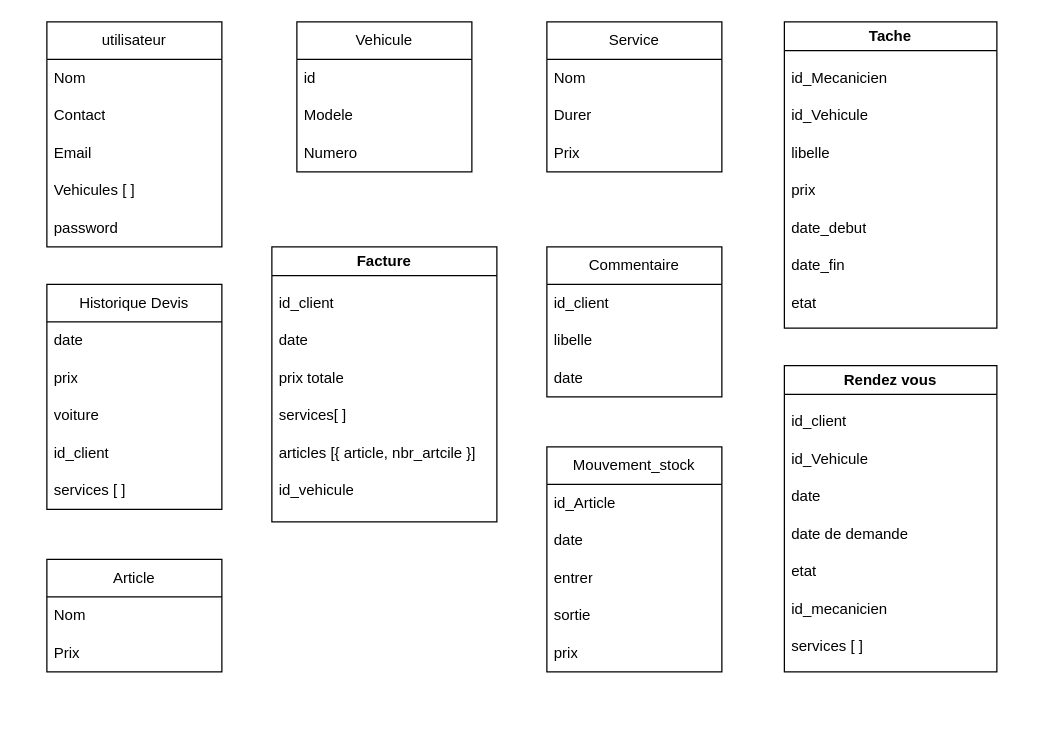
The draw.io diagram garage.drawio in Seergio1/projet_mean_backend, before the edit. Source tidied: cells renumbered, new cells numbered last; positions are measured from the earlier drawing's top-left corner, leaving out a move shared by most shapes. Both pictures are drawn from the tidied source at 125%, with x=0, y=0 at pixel (46, 21).
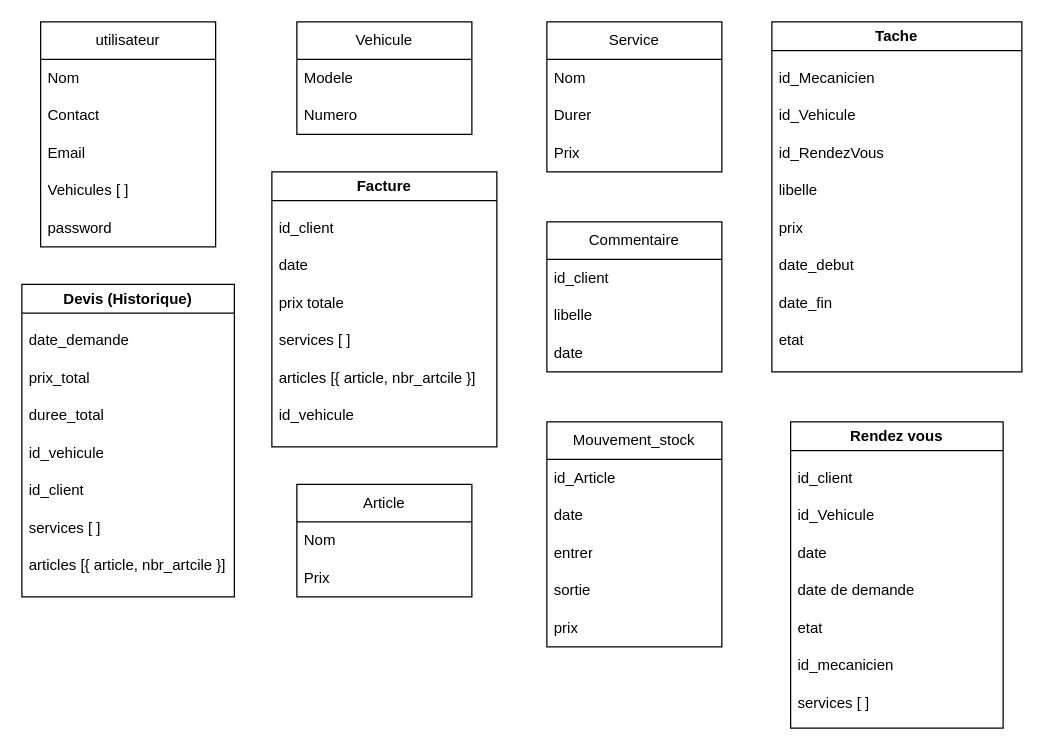
The same diagram, later.

Commit message (it also covers changes not shown here):
devis ameliorer

Unchanged cells that the change refers to:
```xml
<mxCell id="12" value="Service" style="swimlane;fontStyle=0;horizontal=1;startSize=30;whiteSpace=wrap;html=1;" parent="1" vertex="1">
  <mxGeometry x="400" width="140" height="120" as="geometry" />
</mxCell>
```

What changed in the source:
```diff
@@
     <mxCell id="2" value="utilisateur" style="swimlane;fontStyle=0;horizontal=1;startSize=30;whiteSpace=wrap;html=1;" parent="1" vertex="1">
-      <mxGeometry width="140" height="180" as="geometry" />
+      <mxGeometry x="-5" width="140" height="180" as="geometry" />
     </mxCell>
-    <mxCell id="3" value="Nom" style="text;strokeColor=none;fillColor=none;align=left;verticalAlign=middle;spacingLeft=4;spacingRight=4;overflow=hidden;whiteSpace=wrap;html=1;" parent="2" vertex="1">
-      <mxGeometry y="30" width="140" height="30" as="geometry" />
-    </mxCell>
+    <mxCell id="58" value="Nom" style="text;strokeColor=none;fillColor=none;align=left;verticalAlign=middle;spacingLeft=4;spacingRight=4;overflow=hidden;whiteSpace=wrap;html=1;" parent="2" vertex="1">
+      <mxGeometry y="30" width="140" height="30" as="geometry" />
+    </mxCell>
@@
     <mxCell id="8" value="Vehicule" style="swimlane;fontStyle=0;horizontal=1;startSize=30;whiteSpace=wrap;html=1;" parent="1" vertex="1">
-      <mxGeometry x="200" width="140" height="120" as="geometry" />
+      <mxGeometry x="200" width="140" height="90" as="geometry" />
     </mxCell>
-    <mxCell id="9" value="id" style="text;strokeColor=none;fillColor=none;align=left;verticalAlign=middle;spacingLeft=4;spacingRight=4;overflow=hidden;whiteSpace=wrap;html=1;" parent="8" vertex="1">
-      <mxGeometry y="30" width="140" height="30" as="geometry" />
-    </mxCell>
     <mxCell id="10" value="Modele" style="text;strokeColor=none;fillColor=none;align=left;verticalAlign=middle;spacingLeft=4;spacingRight=4;overflow=hidden;whiteSpace=wrap;html=1;" parent="8" vertex="1">
-      <mxGeometry y="60" width="140" height="30" as="geometry" />
+      <mxGeometry y="30" width="140" height="30" as="geometry" />
     </mxCell>
     <mxCell id="11" value="Numero" style="text;strokeColor=none;fillColor=none;align=left;verticalAlign=middle;spacingLeft=4;spacingRight=4;overflow=hidden;whiteSpace=wrap;html=1;" parent="8" vertex="1">
-      <mxGeometry y="90" width="140" height="30" as="geometry" />
+      <mxGeometry y="60" width="140" height="30" as="geometry" />
     </mxCell>
@@
-    <mxCell id="13" value="Nom" style="text;strokeColor=none;fillColor=none;align=left;verticalAlign=middle;spacingLeft=4;spacingRight=4;overflow=hidden;whiteSpace=wrap;html=1;" parent="12" vertex="1">
-      <mxGeometry y="30" width="140" height="30" as="geometry" />
-    </mxCell>
+    <mxCell id="59" value="Nom" style="text;strokeColor=none;fillColor=none;align=left;verticalAlign=middle;spacingLeft=4;spacingRight=4;overflow=hidden;whiteSpace=wrap;html=1;" parent="12" vertex="1">
+      <mxGeometry y="30" width="140" height="30" as="geometry" />
+    </mxCell>
@@
-    <mxCell id="16" value="Historique Devis" style="swimlane;fontStyle=0;horizontal=1;startSize=30;whiteSpace=wrap;html=1;" parent="1" vertex="1">
-      <mxGeometry y="210" width="140" height="180" as="geometry" />
-    </mxCell>
-    <mxCell id="17" value="date" style="text;strokeColor=none;fillColor=none;align=left;verticalAlign=middle;spacingLeft=4;spacingRight=4;overflow=hidden;whiteSpace=wrap;html=1;" parent="16" vertex="1">
-      <mxGeometry y="30" width="140" height="30" as="geometry" />
-    </mxCell>
-    <mxCell id="18" value="prix" style="text;strokeColor=none;fillColor=none;align=left;verticalAlign=middle;spacingLeft=4;spacingRight=4;overflow=hidden;whiteSpace=wrap;html=1;" parent="16" vertex="1">
-      <mxGeometry y="60" width="140" height="30" as="geometry" />
-    </mxCell>
-    <mxCell id="19" value="voiture" style="text;strokeColor=none;fillColor=none;align=left;verticalAlign=middle;spacingLeft=4;spacingRight=4;overflow=hidden;whiteSpace=wrap;html=1;" parent="16" vertex="1">
-      <mxGeometry y="90" width="140" height="30" as="geometry" />
-    </mxCell>
-    <mxCell id="20" value="id_client" style="text;strokeColor=none;fillColor=none;align=left;verticalAlign=middle;spacingLeft=4;spacingRight=4;overflow=hidden;whiteSpace=wrap;html=1;" parent="16" vertex="1">
-      <mxGeometry y="120" width="140" height="30" as="geometry" />
-    </mxCell>
-    <mxCell id="21" value="services [ ]" style="text;strokeColor=none;fillColor=none;align=left;verticalAlign=middle;spacingLeft=4;spacingRight=4;overflow=hidden;whiteSpace=wrap;html=1;" parent="16" vertex="1">
-      <mxGeometry y="150" width="140" height="30" as="geometry" />
-    </mxCell>
     <mxCell id="22" value="Commentaire" style="swimlane;fontStyle=0;horizontal=1;startSize=30;whiteSpace=wrap;html=1;" parent="1" vertex="1">
-      <mxGeometry x="400" y="180" width="140" height="120" as="geometry" />
+      <mxGeometry x="400" y="160" width="140" height="120" as="geometry" />
     </mxCell>
@@
     <mxCell id="26" value="Article" style="swimlane;fontStyle=0;horizontal=1;startSize=30;whiteSpace=wrap;html=1;" parent="1" vertex="1">
-      <mxGeometry y="430" width="140" height="90" as="geometry" />
+      <mxGeometry x="200" y="370" width="140" height="90" as="geometry" />
     </mxCell>
-    <mxCell id="27" value="Nom" style="text;strokeColor=none;fillColor=none;align=left;verticalAlign=middle;spacingLeft=4;spacingRight=4;overflow=hidden;whiteSpace=wrap;html=1;" parent="26" vertex="1">
-      <mxGeometry y="30" width="140" height="30" as="geometry" />
-    </mxCell>
+    <mxCell id="60" value="Nom" style="text;strokeColor=none;fillColor=none;align=left;verticalAlign=middle;spacingLeft=4;spacingRight=4;overflow=hidden;whiteSpace=wrap;html=1;" parent="26" vertex="1">
+      <mxGeometry y="30" width="140" height="30" as="geometry" />
+    </mxCell>
@@
     <mxCell id="29" value="Mouvement_stock" style="swimlane;fontStyle=0;horizontal=1;startSize=30;whiteSpace=wrap;html=1;" parent="1" vertex="1">
-      <mxGeometry x="400" y="340" width="140" height="180" as="geometry" />
+      <mxGeometry x="400" y="320" width="140" height="180" as="geometry" />
     </mxCell>
@@
     <mxCell id="35" value="Facture" style="swimlane;whiteSpace=wrap;html=1;startSize=23;" parent="1" vertex="1">
-      <mxGeometry x="180" y="180" width="180" height="220" as="geometry" />
+      <mxGeometry x="180" y="120" width="180" height="220" as="geometry" />
     </mxCell>
-    <mxCell id="36" value="id_client" style="text;strokeColor=none;fillColor=none;align=left;verticalAlign=middle;spacingLeft=4;spacingRight=4;overflow=hidden;whiteSpace=wrap;html=1;" parent="35" vertex="1">
-      <mxGeometry y="30" width="200" height="30" as="geometry" />
-    </mxCell>
+    <mxCell id="61" value="id_client" style="text;strokeColor=none;fillColor=none;align=left;verticalAlign=middle;spacingLeft=4;spacingRight=4;overflow=hidden;whiteSpace=wrap;html=1;" parent="35" vertex="1">
+      <mxGeometry y="30" width="200" height="30" as="geometry" />
+    </mxCell>
@@
-    <mxCell id="39" value="services[ ]" style="text;strokeColor=none;fillColor=none;align=left;verticalAlign=middle;spacingLeft=4;spacingRight=4;overflow=hidden;whiteSpace=wrap;html=1;" parent="35" vertex="1">
-      <mxGeometry y="120" width="200" height="30" as="geometry" />
-    </mxCell>
+    <mxCell id="62" value="services [ ]" style="text;strokeColor=none;fillColor=none;align=left;verticalAlign=middle;spacingLeft=4;spacingRight=4;overflow=hidden;whiteSpace=wrap;html=1;" parent="35" vertex="1">
+      <mxGeometry y="120" width="200" height="30" as="geometry" />
+    </mxCell>
@@
     <mxCell id="42" value="Tache" style="swimlane;whiteSpace=wrap;html=1;startSize=23;" parent="1" vertex="1">
-      <mxGeometry x="590" width="170" height="245" as="geometry" />
+      <mxGeometry x="580" width="200" height="280" as="geometry" />
     </mxCell>
@@
-    <mxCell id="44" value="id_Vehicule" style="text;strokeColor=none;fillColor=none;align=left;verticalAlign=middle;spacingLeft=4;spacingRight=4;overflow=hidden;whiteSpace=wrap;html=1;" parent="42" vertex="1">
-      <mxGeometry y="60" width="200" height="30" as="geometry" />
-    </mxCell>
+    <mxCell id="63" value="id_Vehicule" style="text;strokeColor=none;fillColor=none;align=left;verticalAlign=middle;spacingLeft=4;spacingRight=4;overflow=hidden;whiteSpace=wrap;html=1;" parent="42" vertex="1">
+      <mxGeometry y="60" width="200" height="30" as="geometry" />
+    </mxCell>
     <mxCell id="45" value="libelle" style="text;strokeColor=none;fillColor=none;align=left;verticalAlign=middle;spacingLeft=4;spacingRight=4;overflow=hidden;whiteSpace=wrap;html=1;" parent="42" vertex="1">
-      <mxGeometry y="90" width="200" height="30" as="geometry" />
+      <mxGeometry y="120" width="200" height="30" as="geometry" />
     </mxCell>
-    <mxCell id="46" value="prix" style="text;strokeColor=none;fillColor=none;align=left;verticalAlign=middle;spacingLeft=4;spacingRight=4;overflow=hidden;whiteSpace=wrap;html=1;" parent="42" vertex="1">
-      <mxGeometry y="120" width="200" height="30" as="geometry" />
-    </mxCell>
+    <mxCell id="64" value="prix" style="text;strokeColor=none;fillColor=none;align=left;verticalAlign=middle;spacingLeft=4;spacingRight=4;overflow=hidden;whiteSpace=wrap;html=1;" parent="42" vertex="1">
+      <mxGeometry y="150" width="200" height="30" as="geometry" />
+    </mxCell>
     <mxCell id="47" value="date_debut" style="text;strokeColor=none;fillColor=none;align=left;verticalAlign=middle;spacingLeft=4;spacingRight=4;overflow=hidden;whiteSpace=wrap;html=1;" parent="42" vertex="1">
-      <mxGeometry y="150" width="200" height="30" as="geometry" />
+      <mxGeometry y="180" width="200" height="30" as="geometry" />
     </mxCell>
     <mxCell id="48" value="date_fin" style="text;strokeColor=none;fillColor=none;align=left;verticalAlign=middle;spacingLeft=4;spacingRight=4;overflow=hidden;whiteSpace=wrap;html=1;" parent="42" vertex="1">
-      <mxGeometry y="180" width="200" height="30" as="geometry" />
+      <mxGeometry y="210" width="200" height="30" as="geometry" />
     </mxCell>
     <mxCell id="49" value="etat" style="text;strokeColor=none;fillColor=none;align=left;verticalAlign=middle;spacingLeft=4;spacingRight=4;overflow=hidden;whiteSpace=wrap;html=1;" parent="42" vertex="1">
-      <mxGeometry y="210" width="200" height="30" as="geometry" />
+      <mxGeometry y="240" width="200" height="30" as="geometry" />
     </mxCell>
+    <mxCell id="65" value="id_RendezVous" style="text;strokeColor=none;fillColor=none;align=left;verticalAlign=middle;spacingLeft=4;spacingRight=4;overflow=hidden;whiteSpace=wrap;html=1;" parent="42" vertex="1">
+      <mxGeometry y="90" width="200" height="30" as="geometry" />
+    </mxCell>
     <mxCell id="50" value="Rendez vous" style="swimlane;whiteSpace=wrap;html=1;startSize=23;" parent="1" vertex="1">
-      <mxGeometry x="590" y="275" width="170" height="245" as="geometry" />
+      <mxGeometry x="595" y="320" width="170" height="245" as="geometry" />
     </mxCell>
-    <mxCell id="51" value="id_client" style="text;strokeColor=none;fillColor=none;align=left;verticalAlign=middle;spacingLeft=4;spacingRight=4;overflow=hidden;whiteSpace=wrap;html=1;" parent="50" vertex="1">
-      <mxGeometry y="30" width="200" height="30" as="geometry" />
-    </mxCell>
-    <mxCell id="52" value="id_Vehicule" style="text;strokeColor=none;fillColor=none;align=left;verticalAlign=middle;spacingLeft=4;spacingRight=4;overflow=hidden;whiteSpace=wrap;html=1;" parent="50" vertex="1">
-      <mxGeometry y="60" width="200" height="30" as="geometry" />
-    </mxCell>
+    <mxCell id="66" value="id_client" style="text;strokeColor=none;fillColor=none;align=left;verticalAlign=middle;spacingLeft=4;spacingRight=4;overflow=hidden;whiteSpace=wrap;html=1;" parent="50" vertex="1">
+      <mxGeometry y="30" width="200" height="30" as="geometry" />
+    </mxCell>
+    <mxCell id="67" value="id_Vehicule" style="text;strokeColor=none;fillColor=none;align=left;verticalAlign=middle;spacingLeft=4;spacingRight=4;overflow=hidden;whiteSpace=wrap;html=1;" parent="50" vertex="1">
+      <mxGeometry y="60" width="200" height="30" as="geometry" />
+    </mxCell>
@@
+    <mxCell id="68" value="Devis (Historique)" style="swimlane;whiteSpace=wrap;html=1;startSize=23;" parent="1" vertex="1">
+      <mxGeometry x="-20" y="210" width="170" height="250" as="geometry" />
+    </mxCell>
+    <mxCell id="69" value="date_demande" style="text;strokeColor=none;fillColor=none;align=left;verticalAlign=middle;spacingLeft=4;spacingRight=4;overflow=hidden;whiteSpace=wrap;html=1;" parent="68" vertex="1">
+      <mxGeometry y="30" width="200" height="30" as="geometry" />
+    </mxCell>
+    <mxCell id="70" value="prix_total" style="text;strokeColor=none;fillColor=none;align=left;verticalAlign=middle;spacingLeft=4;spacingRight=4;overflow=hidden;whiteSpace=wrap;html=1;" parent="68" vertex="1">
+      <mxGeometry y="60" width="200" height="30" as="geometry" />
+    </mxCell>
+    <mxCell id="71" value="duree_total" style="text;strokeColor=none;fillColor=none;align=left;verticalAlign=middle;spacingLeft=4;spacingRight=4;overflow=hidden;whiteSpace=wrap;html=1;" parent="68" vertex="1">
+      <mxGeometry y="90" width="200" height="30" as="geometry" />
+    </mxCell>
+    <mxCell id="72" value="id_vehicule" style="text;strokeColor=none;fillColor=none;align=left;verticalAlign=middle;spacingLeft=4;spacingRight=4;overflow=hidden;whiteSpace=wrap;html=1;" parent="68" vertex="1">
+      <mxGeometry y="120" width="200" height="30" as="geometry" />
+    </mxCell>
+    <mxCell id="73" value="id_client" style="text;strokeColor=none;fillColor=none;align=left;verticalAlign=middle;spacingLeft=4;spacingRight=4;overflow=hidden;whiteSpace=wrap;html=1;" parent="68" vertex="1">
+      <mxGeometry y="150" width="200" height="30" as="geometry" />
+    </mxCell>
+    <mxCell id="74" value="services [ ]" style="text;strokeColor=none;fillColor=none;align=left;verticalAlign=middle;spacingLeft=4;spacingRight=4;overflow=hidden;whiteSpace=wrap;html=1;" parent="68" vertex="1">
+      <mxGeometry y="180" width="200" height="30" as="geometry" />
+    </mxCell>
+    <mxCell id="75" value="articles [{ article, nbr_artcile }]" style="text;strokeColor=none;fillColor=none;align=left;verticalAlign=middle;spacingLeft=4;spacingRight=4;overflow=hidden;whiteSpace=wrap;html=1;" parent="68" vertex="1">
+      <mxGeometry y="210" width="200" height="30" as="geometry" />
+    </mxCell>
```
